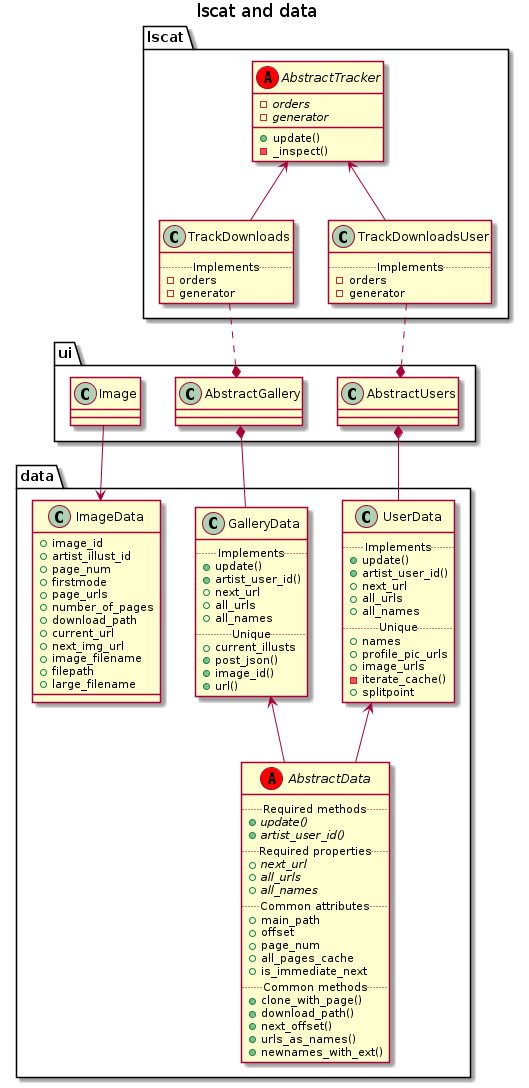
The PlantUML diagram puml/classes/render/lscat_and_data.png in akazukin5151/koneko, before a commit.
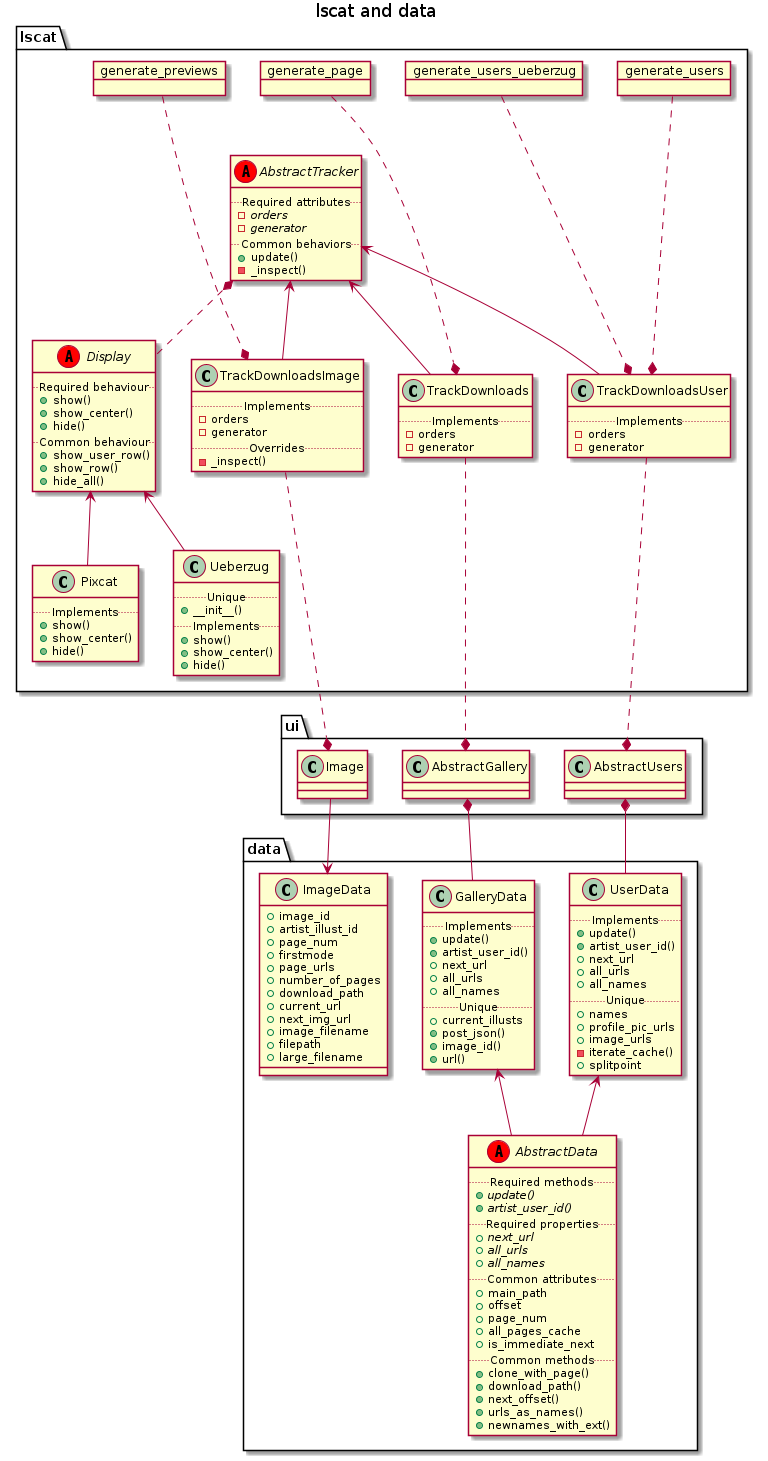
Later version of the same file.

Change to the diagram source:
```diff
@@ -2,9 +2,43 @@
 
 title lscat and data
 
+
+abstract class lscat.Display <<(A, red)>>{
+    ..Required behaviour..
+    +show()
+    +show_center()
+    +hide()
+    ..Common behaviour..
+    +show_user_row()
+    +show_row()
+    +hide_all()
+}
+
+class lscat.Pixcat {
+    ..Implements..
+    +show()
+    +show_center()
+    +hide()
+}
+
+class lscat.Ueberzug {
+    ..Unique..
+    +__init__()
+    ..Implements..
+    +show()
+    +show_center()
+    +hide()
+}
+
+lscat.Display <-- lscat.Pixcat
+lscat.Display <-- lscat.Ueberzug
+
+
 abstract class lscat.AbstractTracker <<(A, red)>>{
+    ..Required attributes..
     - {abstract} orders
     - {abstract} generator
+    ..Common behaviors..
     +update()
     -_inspect()
 }
@@ -18,12 +52,36 @@
     - orders
     - generator
 }
+class lscat.TrackDownloadsImage {
+    ..Implements..
+    - orders
+    - generator
+    ..Overrides..
+    -_inspect()
+}
 
 lscat.AbstractTracker <-- lscat.TrackDownloadsUser
 lscat.AbstractTracker <-- lscat.TrackDownloads
+lscat.AbstractTracker <-- lscat.TrackDownloadsImage
+lscat.AbstractTracker *.. lscat.Display
 
-ui.AbstractUsers *.up. lscat.TrackDownloadsUser
-ui.AbstractGallery *.up. lscat.TrackDownloads
+ui.AbstractUsers *.up.. lscat.TrackDownloadsUser
+ui.AbstractGallery *.up.. lscat.TrackDownloads
+ui.Image *.up.. lscat.TrackDownloadsImage
+
+
+package lscat {
+    object generate_page
+    object generate_users
+    object generate_users_ueberzug
+    object generate_previews
+}
+
+generate_users ...* lscat.TrackDownloadsUser
+generate_users_ueberzug ...* lscat.TrackDownloadsUser
+generate_page ...* lscat.TrackDownloads
+generate_previews ...* lscat.TrackDownloadsImage
+
 
 
 abstract class data.AbstractData <<(A, red)>>{
```
